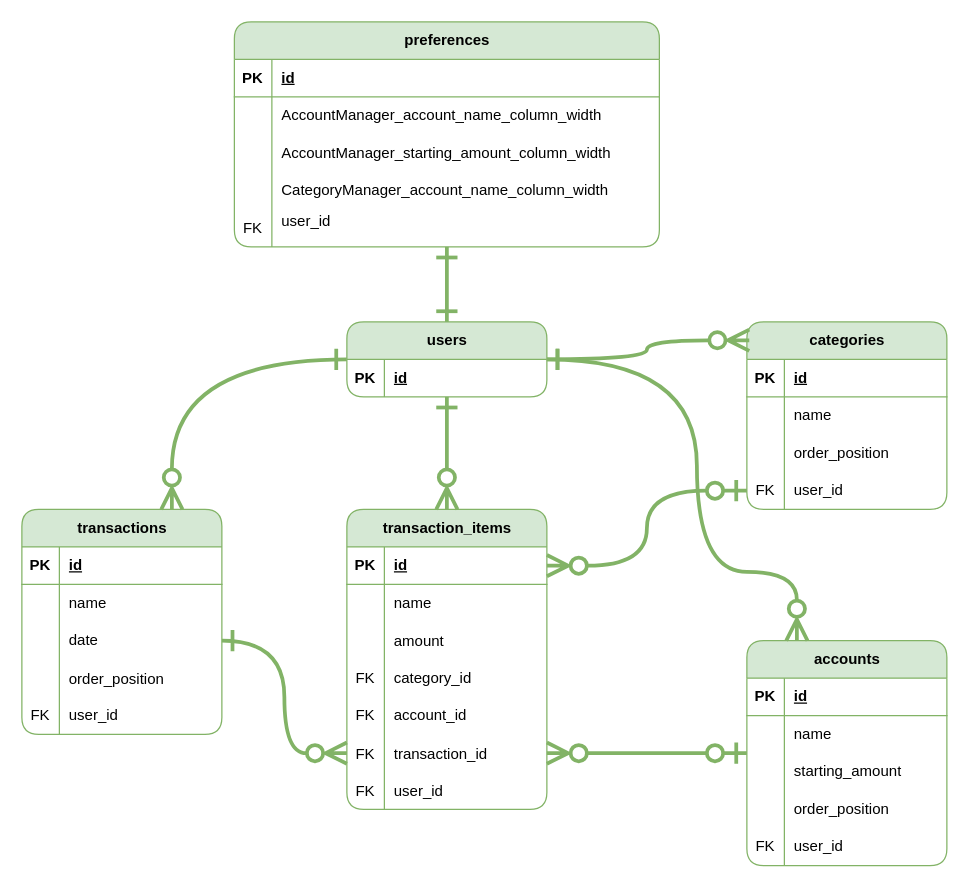
This is data_relationships.drawio from JoshSilveous/finance-tracker, a draw.io file, before an edit. Source tidied: cells renumbered, new cells numbered last; positions are measured from the earlier drawing's top-left corner, leaving out a move shared by most shapes. Both pictures are drawn from the tidied source at 125%, with x=0, y=0 at pixel (21, 21).
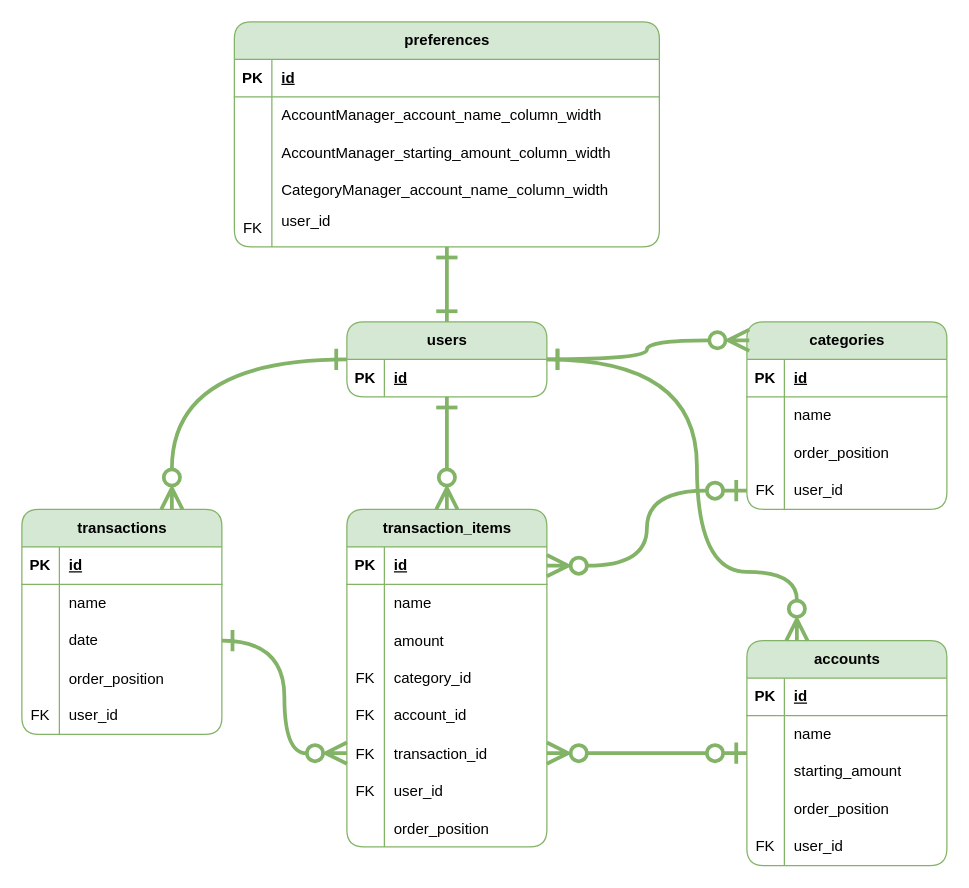
After the change.

Commit message:
updated diagram; updated database structure

Change to the diagram source:
```diff
@@
     <mxCell id="49" value="transaction_items" style="shape=table;startSize=30;childLayout=tableLayout;rowLines=0;fontStyle=1;align=center;html=1;fillColor=#d5e8d4;strokeColor=#82b366;rounded=1;" parent="1" vertex="1">
-      <mxGeometry x="260" y="390" width="160" height="240" as="geometry" />
+      <mxGeometry x="260" y="390" width="160" height="270" as="geometry" />
     </mxCell>
@@
+    <mxCell id="97" style="shape=tableRow;horizontal=0;startSize=0;swimlaneHead=0;swimlaneBody=0;fillColor=none;top=0;left=0;right=0;bottom=0;" parent="49" vertex="1">
+      <mxGeometry y="240" width="160" height="30" as="geometry" />
+    </mxCell>
+    <mxCell id="98" style="shape=partialRectangle;fillColor=none;top=0;left=0;bottom=0;right=0;overflow=hidden;" parent="97" vertex="1">
+      <mxGeometry width="30" height="30" as="geometry" />
+    </mxCell>
+    <mxCell id="99" value="order_position" style="shape=partialRectangle;fillColor=none;top=0;left=0;bottom=0;right=0;align=left;spacingLeft=6;overflow=hidden;" parent="97" vertex="1">
+      <mxGeometry x="30" width="130" height="30" as="geometry" />
+    </mxCell>
```
